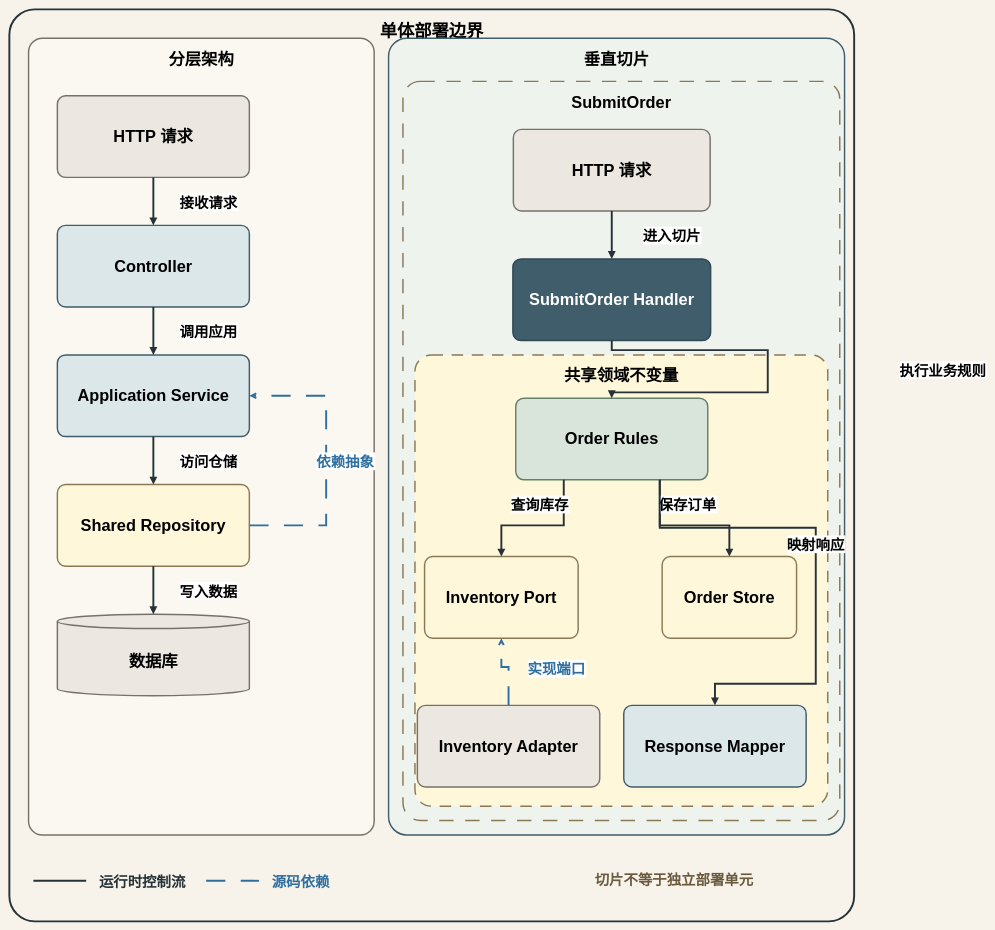
The draw.io diagram diagrams/sty-03-vertical-slice-boundary.drawio in sealday/tego-arch, before the edit. Source tidied: cells renumbered, new cells numbered last; positions are measured from the earlier drawing's top-left corner, leaving out a move shared by most shapes. Both pictures are drawn from the tidied source at 48%, with x=0, y=0 at pixel (9, 9).
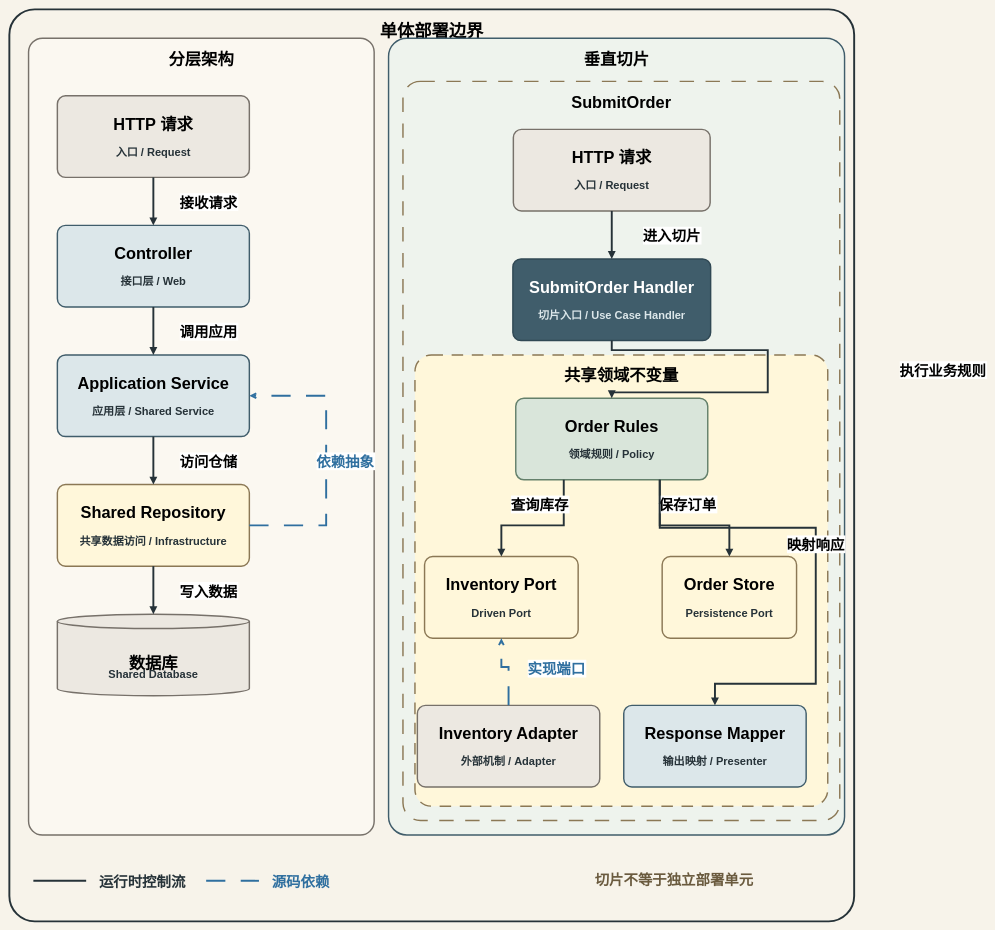
The same diagram, later.

Commit message (it also covers changes not shown here):
fix: synchronize STY-03 diagram text

What changed in the source:
```diff
@@
-    <mxCell id="7" value="HTTP 请求" style="rounded=1;arcSize=10;whiteSpace=wrap;html=0;fillColor=#ECE8E1;strokeColor=#77716A;strokeWidth=3;fontSize=34;fontStyle=1;" parent="1" vertex="1">
+    <mxCell id="7" value="HTTP 请求" style="rounded=1;arcSize=10;whiteSpace=wrap;html=0;fillColor=#ECE8E1;strokeColor=#77716A;strokeWidth=3;fontSize=34;fontStyle=1;verticalAlign=top;spacingTop=32;" parent="1" vertex="1">
       <mxGeometry x="100" y="180" width="400" height="170" as="geometry" />
     </mxCell>
+    <mxCell id="35" value="入口 / Request" style="text;html=0;strokeColor=none;fillColor=none;align=center;verticalAlign=middle;fontSize=23;fontStyle=1;fontColor=#263238;" parent="7" vertex="1">
+      <mxGeometry y="85" width="400" height="60" as="geometry" />
+    </mxCell>
-    <mxCell id="8" value="Controller" style="rounded=1;arcSize=10;whiteSpace=wrap;html=0;fillColor=#DCE7EA;strokeColor=#405D6B;strokeWidth=3;fontSize=34;fontStyle=1;" parent="1" vertex="1">
+    <mxCell id="8" value="Controller" style="rounded=1;arcSize=10;whiteSpace=wrap;html=0;fillColor=#DCE7EA;strokeColor=#405D6B;strokeWidth=3;fontSize=34;fontStyle=1;verticalAlign=top;spacingTop=32;" parent="1" vertex="1">
       <mxGeometry x="100" y="450" width="400" height="170" as="geometry" />
     </mxCell>
+    <mxCell id="36" value="接口层 / Web" style="text;html=0;strokeColor=none;fillColor=none;align=center;verticalAlign=middle;fontSize=23;fontStyle=1;fontColor=#263238;" parent="8" vertex="1">
+      <mxGeometry y="85" width="400" height="60" as="geometry" />
+    </mxCell>
-    <mxCell id="9" value="Application Service" style="rounded=1;arcSize=10;whiteSpace=wrap;html=0;fillColor=#DCE7EA;strokeColor=#405D6B;strokeWidth=3;fontSize=34;fontStyle=1;" parent="1" vertex="1">
+    <mxCell id="9" value="Application Service" style="rounded=1;arcSize=10;whiteSpace=wrap;html=0;fillColor=#DCE7EA;strokeColor=#405D6B;strokeWidth=3;fontSize=34;fontStyle=1;verticalAlign=top;spacingTop=32;" parent="1" vertex="1">
       <mxGeometry x="100" y="720" width="400" height="170" as="geometry" />
     </mxCell>
+    <mxCell id="37" value="应用层 / Shared Service" style="text;html=0;strokeColor=none;fillColor=none;align=center;verticalAlign=middle;fontSize=23;fontStyle=1;fontColor=#263238;" parent="9" vertex="1">
+      <mxGeometry y="85" width="400" height="60" as="geometry" />
+    </mxCell>
-    <mxCell id="10" value="Shared Repository" style="rounded=1;arcSize=10;whiteSpace=wrap;html=0;fillColor=#FFF7DA;strokeColor=#8B7855;strokeWidth=3;fontSize=34;fontStyle=1;" parent="1" vertex="1">
+    <mxCell id="10" value="Shared Repository" style="rounded=1;arcSize=10;whiteSpace=wrap;html=0;fillColor=#FFF7DA;strokeColor=#8B7855;strokeWidth=3;fontSize=34;fontStyle=1;verticalAlign=top;spacingTop=32;" parent="1" vertex="1">
       <mxGeometry x="100" y="990" width="400" height="170" as="geometry" />
     </mxCell>
+    <mxCell id="38" value="共享数据访问 / Infrastructure" style="text;html=0;strokeColor=none;fillColor=none;align=center;verticalAlign=middle;fontSize=23;fontStyle=1;fontColor=#263238;" parent="10" vertex="1">
+      <mxGeometry y="85" width="400" height="60" as="geometry" />
+    </mxCell>
-    <mxCell id="11" value="数据库" style="shape=cylinder3;whiteSpace=wrap;html=0;boundedLbl=1;backgroundOutline=1;fillColor=#ECE8E1;strokeColor=#77716A;strokeWidth=3;fontSize=34;fontStyle=1;" parent="1" vertex="1">
+    <mxCell id="11" value="数据库" style="shape=cylinder3;whiteSpace=wrap;html=0;boundedLbl=1;backgroundOutline=1;fillColor=#ECE8E1;strokeColor=#77716A;strokeWidth=3;fontSize=34;fontStyle=1;verticalAlign=top;spacingTop=46;" parent="1" vertex="1">
       <mxGeometry x="100" y="1260" width="400" height="170" as="geometry" />
     </mxCell>
+    <mxCell id="39" value="Shared Database" style="text;html=0;strokeColor=none;fillColor=none;align=center;verticalAlign=middle;fontSize=23;fontStyle=1;fontColor=#263238;" parent="11" vertex="1">
+      <mxGeometry y="98" width="400" height="50" as="geometry" />
+    </mxCell>
-    <mxCell id="12" value="HTTP 请求" style="rounded=1;arcSize=10;whiteSpace=wrap;html=0;fillColor=#ECE8E1;strokeColor=#77716A;strokeWidth=3;fontSize=34;fontStyle=1;" parent="1" vertex="1">
+    <mxCell id="12" value="HTTP 请求" style="rounded=1;arcSize=10;whiteSpace=wrap;html=0;fillColor=#ECE8E1;strokeColor=#77716A;strokeWidth=3;fontSize=34;fontStyle=1;verticalAlign=top;spacingTop=32;" parent="1" vertex="1">
       <mxGeometry x="1050" y="250" width="410" height="170" as="geometry" />
     </mxCell>
+    <mxCell id="40" value="入口 / Request" style="text;html=0;strokeColor=none;fillColor=none;align=center;verticalAlign=middle;fontSize=23;fontStyle=1;fontColor=#263238;" parent="12" vertex="1">
+      <mxGeometry y="85" width="410" height="60" as="geometry" />
+    </mxCell>
-    <mxCell id="13" value="SubmitOrder Handler" style="rounded=1;arcSize=10;whiteSpace=wrap;html=0;fillColor=#405D6B;strokeColor=#304854;strokeWidth=3;fontColor=#FFFFFF;fontSize=34;fontStyle=1;" parent="1" vertex="1">
+    <mxCell id="13" value="SubmitOrder Handler" style="rounded=1;arcSize=10;whiteSpace=wrap;html=0;fillColor=#405D6B;strokeColor=#304854;strokeWidth=3;fontColor=#FFFFFF;fontSize=34;fontStyle=1;verticalAlign=top;spacingTop=32;" parent="1" vertex="1">
       <mxGeometry x="1049" y="520" width="412" height="170" as="geometry" />
     </mxCell>
+    <mxCell id="41" value="切片入口 / Use Case Handler" style="text;html=0;strokeColor=none;fillColor=none;align=center;verticalAlign=middle;fontSize=23;fontStyle=1;fontColor=#DCE7EA;" parent="13" vertex="1">
+      <mxGeometry y="85" width="412" height="60" as="geometry" />
+    </mxCell>
-    <mxCell id="14" value="Order Rules" style="rounded=1;arcSize=10;whiteSpace=wrap;html=0;fillColor=#D9E5DA;strokeColor=#64806B;strokeWidth=3;fontSize=34;fontStyle=1;" parent="1" vertex="1">
+    <mxCell id="14" value="Order Rules" style="rounded=1;arcSize=10;whiteSpace=wrap;html=0;fillColor=#D9E5DA;strokeColor=#64806B;strokeWidth=3;fontSize=34;fontStyle=1;verticalAlign=top;spacingTop=32;" parent="1" vertex="1">
       <mxGeometry x="1055" y="810" width="400" height="170" as="geometry" />
     </mxCell>
+    <mxCell id="42" value="领域规则 / Policy" style="text;html=0;strokeColor=none;fillColor=none;align=center;verticalAlign=middle;fontSize=23;fontStyle=1;fontColor=#263238;" parent="14" vertex="1">
+      <mxGeometry y="85" width="400" height="60" as="geometry" />
+    </mxCell>
-    <mxCell id="15" value="Inventory Port" style="rounded=1;arcSize=10;whiteSpace=wrap;html=0;fillColor=#FFF7DA;strokeColor=#8B7855;strokeWidth=3;fontSize=34;fontStyle=1;" parent="1" vertex="1">
+    <mxCell id="15" value="Inventory Port" style="rounded=1;arcSize=10;whiteSpace=wrap;html=0;fillColor=#FFF7DA;strokeColor=#8B7855;strokeWidth=3;fontSize=34;fontStyle=1;verticalAlign=top;spacingTop=32;" parent="1" vertex="1">
       <mxGeometry x="865" y="1140" width="320" height="170" as="geometry" />
     </mxCell>
+    <mxCell id="43" value="Driven Port" style="text;html=0;strokeColor=none;fillColor=none;align=center;verticalAlign=middle;fontSize=23;fontStyle=1;fontColor=#263238;" parent="15" vertex="1">
+      <mxGeometry y="85" width="320" height="60" as="geometry" />
+    </mxCell>
-    <mxCell id="16" value="Order Store" style="rounded=1;arcSize=10;whiteSpace=wrap;html=0;fillColor=#FFF7DA;strokeColor=#8B7855;strokeWidth=3;fontSize=34;fontStyle=1;" parent="1" vertex="1">
+    <mxCell id="16" value="Order Store" style="rounded=1;arcSize=10;whiteSpace=wrap;html=0;fillColor=#FFF7DA;strokeColor=#8B7855;strokeWidth=3;fontSize=34;fontStyle=1;verticalAlign=top;spacingTop=32;" parent="1" vertex="1">
       <mxGeometry x="1360" y="1140" width="280" height="170" as="geometry" />
     </mxCell>
+    <mxCell id="44" value="Persistence Port" style="text;html=0;strokeColor=none;fillColor=none;align=center;verticalAlign=middle;fontSize=23;fontStyle=1;fontColor=#263238;" parent="16" vertex="1">
+      <mxGeometry y="85" width="280" height="60" as="geometry" />
+    </mxCell>
-    <mxCell id="17" value="Response Mapper" style="rounded=1;arcSize=10;whiteSpace=wrap;html=0;fillColor=#DCE7EA;strokeColor=#405D6B;strokeWidth=3;fontSize=34;fontStyle=1;" parent="1" vertex="1">
+    <mxCell id="17" value="Response Mapper" style="rounded=1;arcSize=10;whiteSpace=wrap;html=0;fillColor=#DCE7EA;strokeColor=#405D6B;strokeWidth=3;fontSize=34;fontStyle=1;verticalAlign=top;spacingTop=32;" parent="1" vertex="1">
       <mxGeometry x="1280" y="1450" width="380" height="170" as="geometry" />
     </mxCell>
+    <mxCell id="45" value="输出映射 / Presenter" style="text;html=0;strokeColor=none;fillColor=none;align=center;verticalAlign=middle;fontSize=23;fontStyle=1;fontColor=#263238;" parent="17" vertex="1">
+      <mxGeometry y="85" width="380" height="60" as="geometry" />
+    </mxCell>
-    <mxCell id="18" value="Inventory Adapter" style="rounded=1;arcSize=10;whiteSpace=wrap;html=0;fillColor=#ECE8E1;strokeColor=#77716A;strokeWidth=3;fontSize=34;fontStyle=1;" parent="1" vertex="1">
+    <mxCell id="18" value="Inventory Adapter" style="rounded=1;arcSize=10;whiteSpace=wrap;html=0;fillColor=#ECE8E1;strokeColor=#77716A;strokeWidth=3;fontSize=34;fontStyle=1;verticalAlign=top;spacingTop=32;" parent="1" vertex="1">
       <mxGeometry x="850" y="1450" width="380" height="170" as="geometry" />
     </mxCell>
+    <mxCell id="46" value="外部机制 / Adapter" style="text;html=0;strokeColor=none;fillColor=none;align=center;verticalAlign=middle;fontSize=23;fontStyle=1;fontColor=#263238;" parent="18" vertex="1">
+      <mxGeometry y="85" width="380" height="60" as="geometry" />
+    </mxCell>
```
